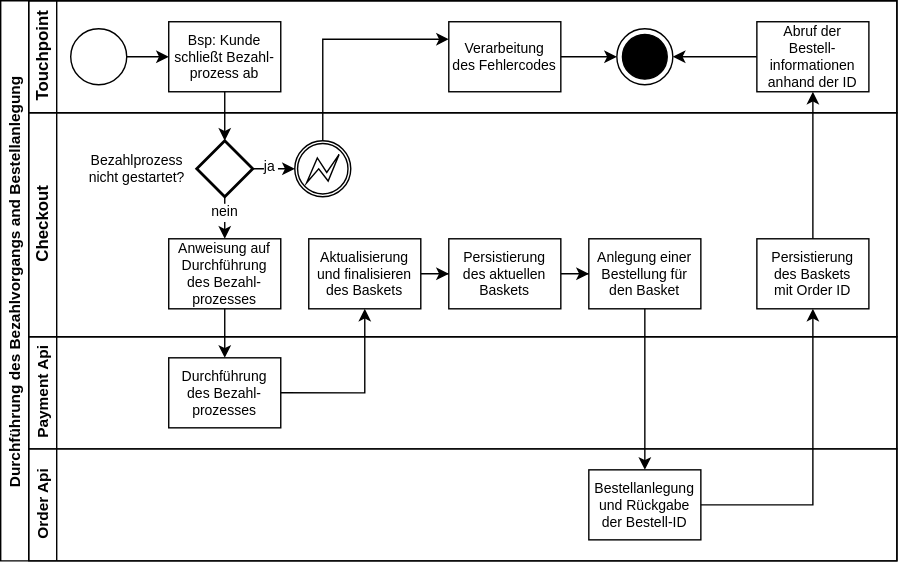
Above: svg/SL ExecPayment.svg in Thalmaier/bachelor-thesis (draw.io), before the change. Source tidied: cells renumbered, new cells last; positions are measured from the earlier drawing's top-left corner, leaving out a move shared by most shapes. Source of this version:
```xml
<mxGraphModel>
  <root>
    <mxCell id="0" />
    <mxCell id="1" parent="0" />
    <mxCell id="2" value="Durchführung des Bezahlvorgangs and Bestellanlegung" style="swimlane;horizontal=0;startSize=20;fontColor=#000000;strokeColor=#000000;fontSize=11;fillColor=none;" parent="1" vertex="1">
      <mxGeometry width="640" height="400" as="geometry" />
    </mxCell>
    <mxCell id="3" value="Touchpoint" style="swimlane;html=1;startSize=20;horizontal=0;fontColor=#000000;strokeColor=#000000;fillColor=none;" parent="2" vertex="1">
      <mxGeometry x="20" width="620" height="80" as="geometry" />
    </mxCell>
    <mxCell id="4" style="edgeStyle=orthogonalEdgeStyle;rounded=0;jettySize=auto;html=1;fontColor=#000000;strokeColor=#000000;" parent="3" edge="1" source="5" target="6">
      <mxGeometry relative="1" as="geometry" />
    </mxCell>
    <mxCell id="5" style="ellipse;whiteSpace=wrap;html=1;fontColor=#000000;strokeColor=#000000;fillColor=#FFFFFF;" parent="3" vertex="1">
      <mxGeometry x="30" y="20" width="40" height="40" as="geometry" />
    </mxCell>
    <mxCell id="6" value="Bsp: Kunde&#10;schließt Bezahl-&#10;prozess ab" style="rounded=0;fontFamily=Helvetica;fontSize=10;fontColor=#000000;align=center;strokeColor=#000000;fillColor=#FFFFFF;" parent="3" vertex="1">
      <mxGeometry x="100" y="15" width="80" height="50" as="geometry" />
    </mxCell>
    <mxCell id="7" style="edgeStyle=orthogonalEdgeStyle;rounded=0;jettySize=auto;html=1;fontSize=10;fontColor=#000000;strokeColor=#000000;" parent="3" edge="1" source="8" target="9">
      <mxGeometry relative="1" as="geometry" />
    </mxCell>
    <mxCell id="8" value="Verarbeitung&#10;des Fehlercodes" style="rounded=0;fontFamily=Helvetica;fontSize=10;fontColor=#000000;align=center;strokeColor=#000000;fillColor=#FFFFFF;" parent="3" vertex="1">
      <mxGeometry x="300" y="15" width="80" height="50" as="geometry" />
    </mxCell>
    <mxCell id="9" style="ellipse;html=1;shape=endState;fillColor=#000000;strokeColor=#000000;fontSize=10;fontColor=#000000;" parent="3" vertex="1">
      <mxGeometry x="420" y="20" width="40" height="40" as="geometry" />
    </mxCell>
    <mxCell id="10" style="edgeStyle=orthogonalEdgeStyle;rounded=0;jettySize=auto;html=1;entryX=1;entryY=0.5;entryDx=0;entryDy=0;fontSize=11;fontColor=#000000;strokeColor=#000000;" parent="3" edge="1" source="11" target="9">
      <mxGeometry relative="1" as="geometry" />
    </mxCell>
    <mxCell id="11" value="Abruf der&#10;Bestell-&#10;informationen&#10;anhand der ID" style="rounded=0;fontFamily=Helvetica;fontSize=10;fontColor=#000000;align=center;strokeColor=#000000;fillColor=#FFFFFF;" parent="3" vertex="1">
      <mxGeometry x="520" y="15" width="80" height="50" as="geometry" />
    </mxCell>
    <mxCell id="12" style="edgeStyle=orthogonalEdgeStyle;rounded=0;jettySize=auto;html=1;fontSize=10;fontColor=#000000;strokeColor=#000000;entryX=0.5;entryY=0;entryDx=0;entryDy=0;entryPerimeter=0;" parent="2" edge="1" source="6" target="22">
      <mxGeometry relative="1" as="geometry" />
    </mxCell>
    <mxCell id="13" style="edgeStyle=orthogonalEdgeStyle;rounded=0;jettySize=auto;html=1;fontSize=10;fontColor=#000000;strokeColor=#000000;exitX=0.5;exitY=0;exitDx=0;exitDy=0;exitPerimeter=0;entryX=0;entryY=0.25;entryDx=0;entryDy=0;" parent="2" edge="1" source="15" target="8">
      <mxGeometry relative="1" as="geometry" />
    </mxCell>
    <mxCell id="14" value="Checkout" style="swimlane;html=1;startSize=20;horizontal=0;fontColor=#000000;strokeColor=#000000;fillColor=none;" parent="2" vertex="1">
      <mxGeometry x="20" y="80" width="620" height="160" as="geometry" />
    </mxCell>
    <mxCell id="15" style="points=[[0.145,0.145,0],[0.5,0,0],[0.855,0.145,0],[1,0.5,0],[0.855,0.855,0],[0.5,1,0],[0.145,0.855,0],[0,0.5,0]];shape=mxgraph.bpmn.event;html=1;verticalLabelPosition=bottom;labelBackgroundColor=#ffffff;verticalAlign=top;align=center;perimeter=ellipsePerimeter;outlineConnect=0;outline=boundInt;symbol=error;fontSize=10;fontColor=#000000;strokeColor=#000000;fillColor=#FFFFFF;" parent="14" vertex="1">
      <mxGeometry x="190" y="20" width="40" height="40" as="geometry" />
    </mxCell>
    <mxCell id="16" style="edgeStyle=orthogonalEdgeStyle;rounded=0;jettySize=auto;html=1;fontSize=11;fontColor=#000000;strokeColor=#000000;" parent="14" edge="1" source="17" target="26">
      <mxGeometry relative="1" as="geometry" />
    </mxCell>
    <mxCell id="17" value="Aktualisierung&#10;und finalisieren&#10;des Baskets" style="rounded=0;fontFamily=Helvetica;fontSize=10;fontColor=#000000;align=center;strokeColor=#000000;fillColor=#FFFFFF;" parent="14" vertex="1">
      <mxGeometry x="200" y="90" width="80" height="50" as="geometry" />
    </mxCell>
    <mxCell id="18" style="edgeStyle=orthogonalEdgeStyle;rounded=0;jettySize=auto;html=1;fontSize=11;fontColor=#000000;strokeColor=#000000;" parent="14" edge="1" source="22" target="15">
      <mxGeometry relative="1" as="geometry" />
    </mxCell>
    <mxCell id="19" value="ja" style="edgeLabel;align=center;verticalAlign=middle;fontSize=10;fontColor=#000000;labelBackgroundColor=#FFFFFF;" parent="18" vertex="1">
      <mxGeometry x="-0.19" relative="1" as="geometry">
        <mxPoint x="-8" y="-2" as="offset" />
      </mxGeometry>
    </mxCell>
    <mxCell id="20" style="edgeStyle=orthogonalEdgeStyle;rounded=0;jettySize=auto;html=1;fontSize=11;fontColor=#000000;strokeColor=#000000;" parent="14" edge="1" source="22" target="24">
      <mxGeometry relative="1" as="geometry" />
    </mxCell>
    <mxCell id="21" value="nein" style="edgeLabel;align=center;verticalAlign=middle;fontSize=10;fontColor=#000000;labelBackgroundColor=#FFFFFF;" parent="20" vertex="1">
      <mxGeometry x="-0.36" y="-1" relative="1" as="geometry">
        <mxPoint x="1" y="-6" as="offset" />
      </mxGeometry>
    </mxCell>
    <mxCell id="22" style="strokeWidth=2;html=1;shape=mxgraph.flowchart.decision;whiteSpace=wrap;fontSize=10;fontColor=#000000;fillColor=#FFFFFF;strokeColor=#000000;" parent="14" vertex="1">
      <mxGeometry x="120" y="20" width="40" height="40" as="geometry" />
    </mxCell>
    <mxCell id="23" value="Bezahlprozess&#10;nicht gestartet?" style="text;strokeColor=none;fillColor=none;align=center;verticalAlign=middle;fontSize=10;fontColor=#000000;labelBackgroundColor=#FFFFFF;" parent="14" vertex="1">
      <mxGeometry x="50" y="35" width="55" height="10" as="geometry" />
    </mxCell>
    <mxCell id="24" value="Anweisung auf&#10;Durchführung&#10;des Bezahl-&#10;prozesses" style="rounded=0;fontFamily=Helvetica;fontSize=10;fontColor=#000000;align=center;strokeColor=#000000;fillColor=#FFFFFF;" parent="14" vertex="1">
      <mxGeometry x="100" y="90" width="80" height="50" as="geometry" />
    </mxCell>
    <mxCell id="25" style="edgeStyle=orthogonalEdgeStyle;rounded=0;jettySize=auto;html=1;fontSize=11;fontColor=#000000;strokeColor=#000000;" parent="14" edge="1" source="26" target="27">
      <mxGeometry relative="1" as="geometry" />
    </mxCell>
    <mxCell id="26" value="Persistierung&#10;des aktuellen&#10;Baskets" style="rounded=0;fontFamily=Helvetica;fontSize=10;fontColor=#000000;align=center;strokeColor=#000000;fillColor=#FFFFFF;" parent="14" vertex="1">
      <mxGeometry x="300" y="90" width="80" height="50" as="geometry" />
    </mxCell>
    <mxCell id="27" value="Anlegung einer&#10;Bestellung für&#10;den Basket" style="rounded=0;fontFamily=Helvetica;fontSize=10;fontColor=#000000;align=center;strokeColor=#000000;fillColor=#FFFFFF;" parent="14" vertex="1">
      <mxGeometry x="400" y="90" width="80" height="50" as="geometry" />
    </mxCell>
    <mxCell id="28" value="Persistierung&#10;des Baskets&#10;mit Order ID" style="rounded=0;fontFamily=Helvetica;fontSize=10;fontColor=#000000;align=center;strokeColor=#000000;fillColor=#FFFFFF;" parent="14" vertex="1">
      <mxGeometry x="520" y="90" width="80" height="50" as="geometry" />
    </mxCell>
    <mxCell id="29" value="Payment Api" style="swimlane;html=1;startSize=20;horizontal=0;fontColor=#000000;strokeColor=#000000;fontSize=11;fillColor=none;" parent="2" vertex="1">
      <mxGeometry x="20" y="240" width="620" height="80" as="geometry" />
    </mxCell>
    <mxCell id="30" value="Durchführung&#10;des Bezahl-&#10;prozesses" style="rounded=0;fontFamily=Helvetica;fontSize=10;fontColor=#000000;align=center;strokeColor=#000000;fillColor=#FFFFFF;" parent="29" vertex="1">
      <mxGeometry x="100" y="15" width="80" height="50" as="geometry" />
    </mxCell>
    <mxCell id="31" value="Order Api" style="swimlane;html=1;startSize=20;horizontal=0;fontColor=#000000;strokeColor=#000000;fontSize=11;fillColor=none;" parent="2" vertex="1">
      <mxGeometry x="20" y="320" width="620" height="80" as="geometry" />
    </mxCell>
    <mxCell id="32" value="Bestellanlegung&#10;und Rückgabe&#10;der Bestell-ID" style="rounded=0;fontFamily=Helvetica;fontSize=10;fontColor=#000000;align=center;strokeColor=#000000;fillColor=#FFFFFF;" parent="31" vertex="1">
      <mxGeometry x="400" y="15" width="80" height="50" as="geometry" />
    </mxCell>
    <mxCell id="33" style="edgeStyle=orthogonalEdgeStyle;rounded=0;jettySize=auto;html=1;fontSize=11;fontColor=#000000;strokeColor=#000000;" parent="2" edge="1" source="24" target="30">
      <mxGeometry relative="1" as="geometry" />
    </mxCell>
    <mxCell id="34" style="edgeStyle=orthogonalEdgeStyle;rounded=0;jettySize=auto;html=1;fontSize=11;fontColor=#000000;strokeColor=#000000;" parent="2" edge="1" source="27" target="32">
      <mxGeometry relative="1" as="geometry" />
    </mxCell>
    <mxCell id="35" style="edgeStyle=orthogonalEdgeStyle;rounded=0;jettySize=auto;html=1;entryX=0.5;entryY=1;entryDx=0;entryDy=0;fontSize=11;fontColor=#000000;strokeColor=#000000;" parent="2" edge="1" source="32" target="28">
      <mxGeometry relative="1" as="geometry" />
    </mxCell>
    <mxCell id="36" style="edgeStyle=orthogonalEdgeStyle;rounded=0;jettySize=auto;html=1;entryX=0.5;entryY=1;entryDx=0;entryDy=0;fontSize=11;fontColor=#000000;strokeColor=#000000;" parent="2" edge="1" source="28" target="11">
      <mxGeometry relative="1" as="geometry" />
    </mxCell>
    <mxCell id="37" style="edgeStyle=orthogonalEdgeStyle;rounded=0;jettySize=auto;html=1;exitX=1;exitY=0.5;exitDx=0;exitDy=0;entryX=0.5;entryY=1;entryDx=0;entryDy=0;fontSize=10;fontColor=#000000;strokeColor=#000000;" parent="2" edge="1" source="30" target="17">
      <mxGeometry relative="1" as="geometry" />
    </mxCell>
  </root>
</mxGraphModel>
```
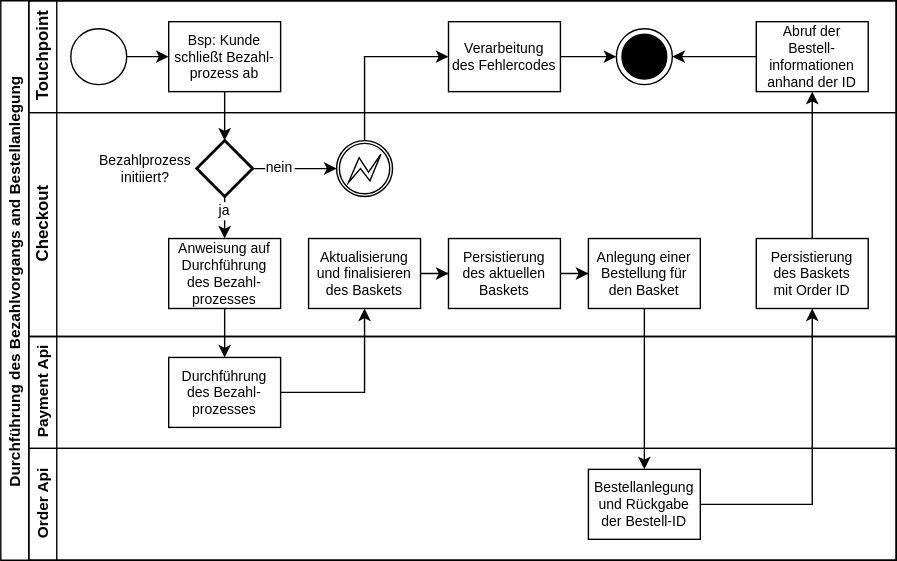
Later version of the same file.

Change to the diagram source:
```diff
@@ -35,14 +35,14 @@
     <mxCell id="12" style="edgeStyle=orthogonalEdgeStyle;rounded=0;jettySize=auto;html=1;fontSize=10;fontColor=#000000;strokeColor=#000000;entryX=0.5;entryY=0;entryDx=0;entryDy=0;entryPerimeter=0;" parent="2" edge="1" source="6" target="22">
       <mxGeometry relative="1" as="geometry" />
     </mxCell>
-    <mxCell id="13" style="edgeStyle=orthogonalEdgeStyle;rounded=0;jettySize=auto;html=1;fontSize=10;fontColor=#000000;strokeColor=#000000;exitX=0.5;exitY=0;exitDx=0;exitDy=0;exitPerimeter=0;entryX=0;entryY=0.25;entryDx=0;entryDy=0;" parent="2" edge="1" source="15" target="8">
+    <mxCell id="13" style="edgeStyle=orthogonalEdgeStyle;rounded=0;jettySize=auto;html=1;fontSize=10;fontColor=#000000;strokeColor=#000000;exitX=0.5;exitY=0;exitDx=0;exitDy=0;exitPerimeter=0;entryX=0;entryY=0.5;entryDx=0;entryDy=0;" parent="2" edge="1" source="15" target="8">
       <mxGeometry relative="1" as="geometry" />
     </mxCell>
     <mxCell id="14" value="Checkout" style="swimlane;html=1;startSize=20;horizontal=0;fontColor=#000000;strokeColor=#000000;fillColor=none;" parent="2" vertex="1">
       <mxGeometry x="20" y="80" width="620" height="160" as="geometry" />
     </mxCell>
     <mxCell id="15" style="points=[[0.145,0.145,0],[0.5,0,0],[0.855,0.145,0],[1,0.5,0],[0.855,0.855,0],[0.5,1,0],[0.145,0.855,0],[0,0.5,0]];shape=mxgraph.bpmn.event;html=1;verticalLabelPosition=bottom;labelBackgroundColor=#ffffff;verticalAlign=top;align=center;perimeter=ellipsePerimeter;outlineConnect=0;outline=boundInt;symbol=error;fontSize=10;fontColor=#000000;strokeColor=#000000;fillColor=#FFFFFF;" parent="14" vertex="1">
-      <mxGeometry x="190" y="20" width="40" height="40" as="geometry" />
+      <mxGeometry x="220" y="20" width="40" height="40" as="geometry" />
     </mxCell>
     <mxCell id="16" style="edgeStyle=orthogonalEdgeStyle;rounded=0;jettySize=auto;html=1;fontSize=11;fontColor=#000000;strokeColor=#000000;" parent="14" edge="1" source="17" target="26">
       <mxGeometry relative="1" as="geometry" />
@@ -53,15 +53,15 @@
     <mxCell id="18" style="edgeStyle=orthogonalEdgeStyle;rounded=0;jettySize=auto;html=1;fontSize=11;fontColor=#000000;strokeColor=#000000;" parent="14" edge="1" source="22" target="15">
       <mxGeometry relative="1" as="geometry" />
     </mxCell>
-    <mxCell id="19" value="ja" style="edgeLabel;align=center;verticalAlign=middle;fontSize=10;fontColor=#000000;labelBackgroundColor=#FFFFFF;" parent="18" vertex="1">
+    <mxCell id="19" value="nein" style="edgeLabel;align=center;verticalAlign=middle;fontSize=10;fontColor=#000000;labelBackgroundColor=#FFFFFF;" parent="18" vertex="1">
       <mxGeometry x="-0.19" relative="1" as="geometry">
-        <mxPoint x="-8" y="-2" as="offset" />
+        <mxPoint x="-5" y="-1" as="offset" />
       </mxGeometry>
     </mxCell>
     <mxCell id="20" style="edgeStyle=orthogonalEdgeStyle;rounded=0;jettySize=auto;html=1;fontSize=11;fontColor=#000000;strokeColor=#000000;" parent="14" edge="1" source="22" target="24">
       <mxGeometry relative="1" as="geometry" />
     </mxCell>
-    <mxCell id="21" value="nein" style="edgeLabel;align=center;verticalAlign=middle;fontSize=10;fontColor=#000000;labelBackgroundColor=#FFFFFF;" parent="20" vertex="1">
+    <mxCell id="21" value="ja" style="edgeLabel;align=center;verticalAlign=middle;fontSize=10;fontColor=#000000;labelBackgroundColor=#FFFFFF;" parent="20" vertex="1">
       <mxGeometry x="-0.36" y="-1" relative="1" as="geometry">
         <mxPoint x="1" y="-6" as="offset" />
       </mxGeometry>
@@ -69,8 +69,8 @@
     <mxCell id="22" style="strokeWidth=2;html=1;shape=mxgraph.flowchart.decision;whiteSpace=wrap;fontSize=10;fontColor=#000000;fillColor=#FFFFFF;strokeColor=#000000;" parent="14" vertex="1">
       <mxGeometry x="120" y="20" width="40" height="40" as="geometry" />
     </mxCell>
-    <mxCell id="23" value="Bezahlprozess&#10;nicht gestartet?" style="text;strokeColor=none;fillColor=none;align=center;verticalAlign=middle;fontSize=10;fontColor=#000000;labelBackgroundColor=#FFFFFF;" parent="14" vertex="1">
-      <mxGeometry x="50" y="35" width="55" height="10" as="geometry" />
+    <mxCell id="23" value="Bezahlprozess&#10;initiiert?" style="text;strokeColor=none;fillColor=none;align=center;verticalAlign=middle;fontSize=10;fontColor=#000000;labelBackgroundColor=none;" parent="14" vertex="1">
+      <mxGeometry x="56" y="35" width="55" height="10" as="geometry" />
     </mxCell>
     <mxCell id="24" value="Anweisung auf&#10;Durchführung&#10;des Bezahl-&#10;prozesses" style="rounded=0;fontFamily=Helvetica;fontSize=10;fontColor=#000000;align=center;strokeColor=#000000;fillColor=#FFFFFF;" parent="14" vertex="1">
       <mxGeometry x="100" y="90" width="80" height="50" as="geometry" />
```
